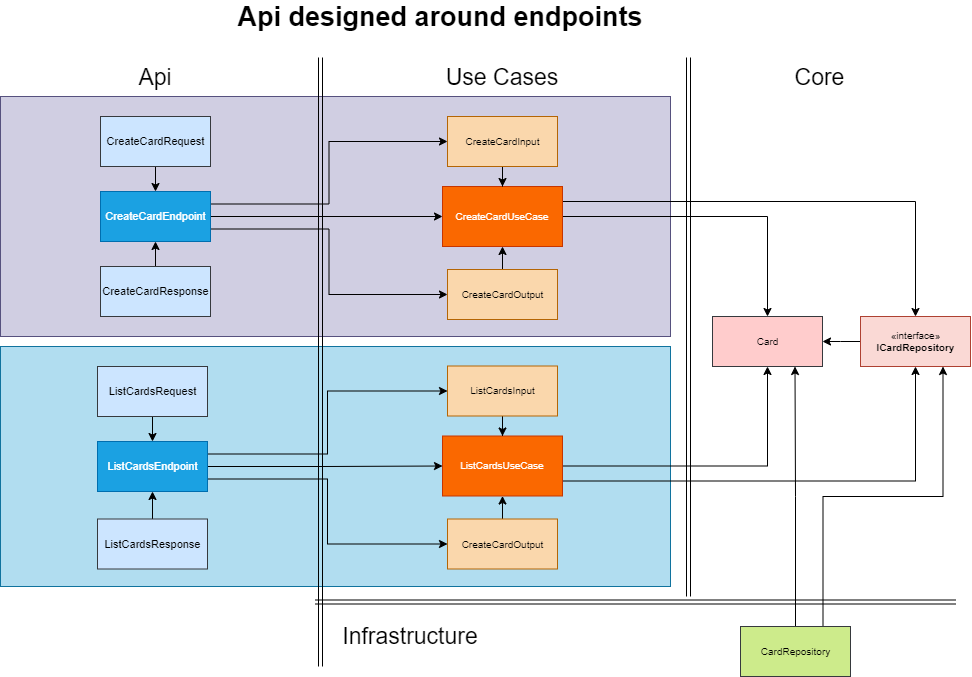
Before: img/end-points-multiples.png, a diagram exported from draw.io (fals/fals.github.io). Source tidied: cells renumbered, new cells last; positions are measured from the earlier drawing's top-left corner, leaving out a move shared by most shapes.
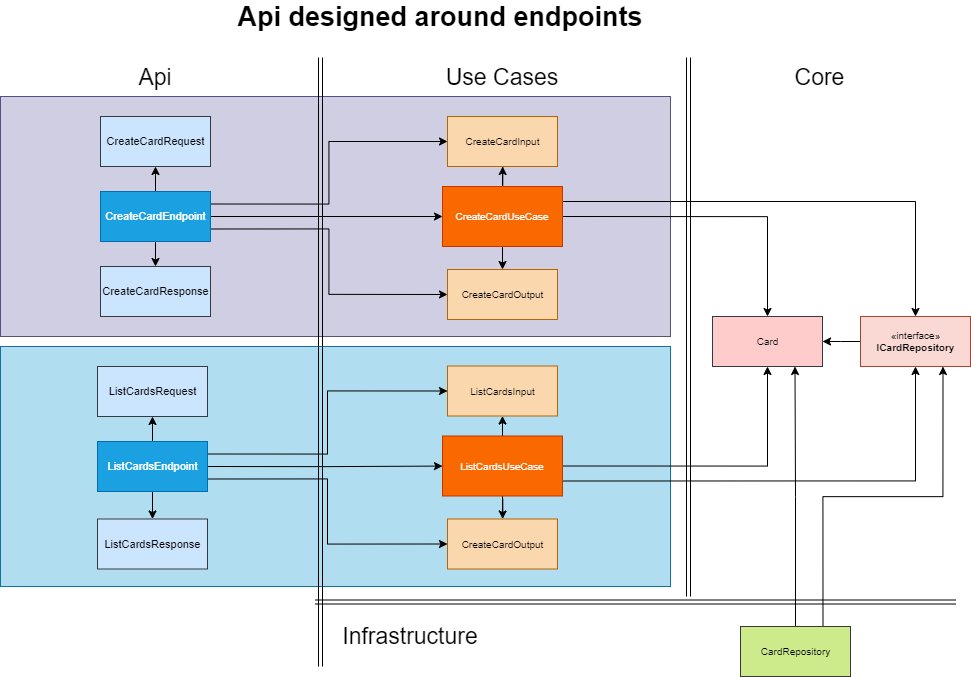
The same diagram one commit later.

The edit, as a diff of the source:
```diff
@@ -8,32 +8,32 @@
     <mxCell id="3" style="rounded=0;whiteSpace=wrap;html=1;fillColor=#d0cee2;strokeColor=#56517e;" parent="1" vertex="1">
       <mxGeometry y="90" width="670" height="240" as="geometry" />
     </mxCell>
-    <mxCell id="4" style="edgeStyle=orthogonalEdgeStyle;rounded=0;jettySize=auto;html=1;exitX=1;exitY=0.5;exitDx=0;exitDy=0;" parent="1" edge="1" source="6" target="9">
+    <mxCell id="4" style="edgeStyle=orthogonalEdgeStyle;rounded=0;jettySize=auto;html=1;exitX=1;exitY=0.5;exitDx=0;exitDy=0;" parent="1" edge="1" source="8" target="11">
       <mxGeometry relative="1" as="geometry" />
     </mxCell>
-    <mxCell id="5" style="edgeStyle=orthogonalEdgeStyle;rounded=0;jettySize=auto;html=1;exitX=1;exitY=0.25;exitDx=0;exitDy=0;entryX=0.5;entryY=0;entryDx=0;entryDy=0;" parent="1" edge="1" source="6" target="8">
+    <mxCell id="5" style="edgeStyle=orthogonalEdgeStyle;rounded=0;jettySize=auto;html=1;exitX=1;exitY=0.25;exitDx=0;exitDy=0;entryX=0.5;entryY=0;entryDx=0;entryDy=0;" parent="1" edge="1" source="8" target="10">
       <mxGeometry relative="1" as="geometry" />
     </mxCell>
-    <mxCell id="6" value="CreateCardUseCase" style="rounded=0;whiteSpace=wrap;html=1;fontSize=10;fillColor=#fa6800;strokeColor=#C73500;fontColor=#ffffff;" parent="1" vertex="1">
-      <mxGeometry x="442" y="180" width="120" height="60" as="geometry" />
+    <mxCell id="6" style="edgeStyle=orthogonalEdgeStyle;rounded=0;jettySize=auto;html=1;exitX=0.5;exitY=0;exitDx=0;exitDy=0;" parent="1" edge="1" source="8" target="12">
+      <mxGeometry relative="1" as="geometry" />
     </mxCell>
-    <mxCell id="7" style="edgeStyle=orthogonalEdgeStyle;rounded=0;jettySize=auto;html=1;exitX=0;exitY=0.5;exitDx=0;exitDy=0;" parent="1" edge="1" source="8" target="9">
+    <mxCell id="7" style="edgeStyle=orthogonalEdgeStyle;rounded=0;jettySize=auto;html=1;exitX=0.5;exitY=1;exitDx=0;exitDy=0;entryX=0.5;entryY=0;entryDx=0;entryDy=0;" parent="1" edge="1" source="8" target="13">
       <mxGeometry relative="1" as="geometry" />
     </mxCell>
-    <mxCell id="8" value="«interface»&lt;br&gt;&lt;span&gt;&lt;b&gt;ICardRepository&lt;/b&gt;&lt;/span&gt;&lt;br&gt;" style="html=1;fontSize=10;fillColor=#fad9d5;strokeColor=#ae4132;" parent="1" vertex="1">
-      <mxGeometry x="860" y="310" width="110" height="50" as="geometry" />
+    <mxCell id="8" value="CreateCardUseCase" style="rounded=0;whiteSpace=wrap;html=1;fontSize=10;fillColor=#fa6800;strokeColor=#C73500;fontColor=#ffffff;" parent="1" vertex="1">
+      <mxGeometry x="442" y="180" width="120" height="60" as="geometry" />
     </mxCell>
-    <mxCell id="9" value="Card" style="html=1;fontSize=10;fillColor=#ffcccc;strokeColor=#36393d;" parent="1" vertex="1">
-      <mxGeometry x="712" y="310" width="110" height="50" as="geometry" />
+    <mxCell id="9" style="edgeStyle=orthogonalEdgeStyle;rounded=0;jettySize=auto;html=1;exitX=0;exitY=0.5;exitDx=0;exitDy=0;" parent="1" edge="1" source="10" target="11">
+      <mxGeometry relative="1" as="geometry" />
     </mxCell>
-    <mxCell id="10" style="edgeStyle=orthogonalEdgeStyle;rounded=0;jettySize=auto;html=1;exitX=0.5;exitY=1;exitDx=0;exitDy=0;" parent="1" edge="1" source="11" target="6">
-      <mxGeometry relative="1" as="geometry" />
+    <mxCell id="10" value="«interface»&lt;br&gt;&lt;span&gt;&lt;b&gt;ICardRepository&lt;/b&gt;&lt;/span&gt;&lt;br&gt;" style="html=1;fontSize=10;fillColor=#fad9d5;strokeColor=#ae4132;" parent="1" vertex="1">
+      <mxGeometry x="860" y="310" width="110" height="50" as="geometry" />
     </mxCell>
-    <mxCell id="11" value="&lt;span&gt;CreateCardInput&lt;/span&gt;" style="html=1;fontSize=10;fillColor=#fad7ac;strokeColor=#b46504;" parent="1" vertex="1">
-      <mxGeometry x="447" y="110" width="110" height="50" as="geometry" />
+    <mxCell id="11" value="Card" style="html=1;fontSize=10;fillColor=#ffcccc;strokeColor=#36393d;" parent="1" vertex="1">
+      <mxGeometry x="712" y="310" width="110" height="50" as="geometry" />
     </mxCell>
-    <mxCell id="12" style="edgeStyle=orthogonalEdgeStyle;rounded=0;jettySize=auto;html=1;exitX=0.5;exitY=0;exitDx=0;exitDy=0;entryX=0.5;entryY=1;entryDx=0;entryDy=0;" parent="1" edge="1" source="13" target="6">
-      <mxGeometry relative="1" as="geometry" />
+    <mxCell id="12" value="&lt;span&gt;CreateCardInput&lt;/span&gt;" style="html=1;fontSize=10;fillColor=#fad7ac;strokeColor=#b46504;" parent="1" vertex="1">
+      <mxGeometry x="447" y="110" width="110" height="50" as="geometry" />
     </mxCell>
     <mxCell id="13" value="&lt;span&gt;CreateCardOutput&lt;/span&gt;" style="html=1;fontSize=10;fillColor=#fad7ac;strokeColor=#b46504;" parent="1" vertex="1">
       <mxGeometry x="447" y="263" width="110" height="50" as="geometry" />
@@ -44,10 +44,10 @@
         <mxPoint x="955" y="595.5" as="targetPoint" />
       </mxGeometry>
     </mxCell>
-    <mxCell id="15" style="edgeStyle=orthogonalEdgeStyle;rounded=0;jettySize=auto;html=1;exitX=0.5;exitY=0;exitDx=0;exitDy=0;entryX=0.75;entryY=1;entryDx=0;entryDy=0;" parent="1" edge="1" source="17" target="9">
+    <mxCell id="15" style="edgeStyle=orthogonalEdgeStyle;rounded=0;jettySize=auto;html=1;exitX=0.5;exitY=0;exitDx=0;exitDy=0;entryX=0.75;entryY=1;entryDx=0;entryDy=0;" parent="1" edge="1" source="17" target="11">
       <mxGeometry relative="1" as="geometry" />
     </mxCell>
-    <mxCell id="16" style="edgeStyle=orthogonalEdgeStyle;rounded=0;jettySize=auto;html=1;exitX=0.75;exitY=0;exitDx=0;exitDy=0;entryX=0.75;entryY=1;entryDx=0;entryDy=0;" parent="1" edge="1" source="17" target="8">
+    <mxCell id="16" style="edgeStyle=orthogonalEdgeStyle;rounded=0;jettySize=auto;html=1;exitX=0.75;exitY=0;exitDx=0;exitDy=0;entryX=0.75;entryY=1;entryDx=0;entryDy=0;" parent="1" edge="1" source="17" target="10">
       <mxGeometry relative="1" as="geometry" />
     </mxCell>
     <mxCell id="17" value="CardRepository" style="html=1;fontSize=10;fillColor=#cdeb8b;strokeColor=#36393d;" parent="1" vertex="1">
@@ -77,26 +77,26 @@
     <mxCell id="23" value="Core" style="text;html=1;strokeColor=none;fillColor=none;align=center;verticalAlign=middle;whiteSpace=wrap;rounded=0;fontSize=23;" parent="1" vertex="1">
       <mxGeometry x="769" y="61" width="101" height="20" as="geometry" />
     </mxCell>
-    <mxCell id="24" style="edgeStyle=orthogonalEdgeStyle;rounded=0;jettySize=auto;html=1;exitX=1;exitY=0.5;exitDx=0;exitDy=0;" parent="1" edge="1" source="27" target="6">
+    <mxCell id="24" style="edgeStyle=orthogonalEdgeStyle;rounded=0;jettySize=auto;html=1;exitX=1;exitY=0.5;exitDx=0;exitDy=0;" parent="1" edge="1" source="29" target="8">
       <mxGeometry relative="1" as="geometry" />
     </mxCell>
-    <mxCell id="25" style="edgeStyle=orthogonalEdgeStyle;rounded=0;jettySize=auto;html=1;exitX=1;exitY=0.25;exitDx=0;exitDy=0;entryX=0;entryY=0.5;entryDx=0;entryDy=0;" parent="1" edge="1" source="27" target="11">
+    <mxCell id="25" style="edgeStyle=orthogonalEdgeStyle;rounded=0;jettySize=auto;html=1;exitX=1;exitY=0.25;exitDx=0;exitDy=0;entryX=0;entryY=0.5;entryDx=0;entryDy=0;" parent="1" edge="1" source="29" target="12">
       <mxGeometry relative="1" as="geometry" />
     </mxCell>
-    <mxCell id="26" style="edgeStyle=orthogonalEdgeStyle;rounded=0;jettySize=auto;html=1;exitX=1;exitY=0.75;exitDx=0;exitDy=0;entryX=0;entryY=0.5;entryDx=0;entryDy=0;" parent="1" edge="1" source="27" target="13">
+    <mxCell id="26" style="edgeStyle=orthogonalEdgeStyle;rounded=0;jettySize=auto;html=1;exitX=1;exitY=0.75;exitDx=0;exitDy=0;entryX=0;entryY=0.5;entryDx=0;entryDy=0;" parent="1" edge="1" source="29" target="13">
       <mxGeometry relative="1" as="geometry" />
     </mxCell>
-    <mxCell id="27" value="CreateCardEndpoint" style="html=1;fontSize=11;fillColor=#1ba1e2;strokeColor=#006EAF;fontColor=#ffffff;" parent="1" vertex="1">
-      <mxGeometry x="100" y="185" width="110" height="50" as="geometry" />
+    <mxCell id="27" style="edgeStyle=orthogonalEdgeStyle;rounded=0;jettySize=auto;html=1;exitX=0.5;exitY=0;exitDx=0;exitDy=0;entryX=0.5;entryY=1;entryDx=0;entryDy=0;" parent="1" edge="1" source="29" target="31">
+      <mxGeometry relative="1" as="geometry" />
     </mxCell>
-    <mxCell id="28" style="edgeStyle=orthogonalEdgeStyle;rounded=0;jettySize=auto;html=1;exitX=0.5;exitY=0;exitDx=0;exitDy=0;" parent="1" edge="1" source="29" target="27">
+    <mxCell id="28" style="edgeStyle=orthogonalEdgeStyle;rounded=0;jettySize=auto;html=1;exitX=0.5;exitY=1;exitDx=0;exitDy=0;entryX=0.5;entryY=0;entryDx=0;entryDy=0;" parent="1" edge="1" source="29" target="30">
       <mxGeometry relative="1" as="geometry" />
     </mxCell>
-    <mxCell id="29" value="CreateCardResponse" style="html=1;fontSize=11;fillColor=#cce5ff;strokeColor=#36393d;" parent="1" vertex="1">
-      <mxGeometry x="100" y="260" width="110" height="50" as="geometry" />
+    <mxCell id="29" value="CreateCardEndpoint" style="html=1;fontSize=11;fillColor=#1ba1e2;strokeColor=#006EAF;fontColor=#ffffff;" parent="1" vertex="1">
+      <mxGeometry x="100" y="185" width="110" height="50" as="geometry" />
     </mxCell>
-    <mxCell id="30" style="edgeStyle=orthogonalEdgeStyle;rounded=0;jettySize=auto;html=1;exitX=0.5;exitY=1;exitDx=0;exitDy=0;entryX=0.5;entryY=0;entryDx=0;entryDy=0;" parent="1" edge="1" source="31" target="27">
-      <mxGeometry relative="1" as="geometry" />
+    <mxCell id="30" value="CreateCardResponse" style="html=1;fontSize=11;fillColor=#cce5ff;strokeColor=#36393d;" parent="1" vertex="1">
+      <mxGeometry x="100" y="260" width="110" height="50" as="geometry" />
     </mxCell>
     <mxCell id="31" value="CreateCardRequest" style="html=1;fontSize=11;fillColor=#cce5ff;strokeColor=#36393d;" parent="1" vertex="1">
       <mxGeometry x="100" y="110" width="110" height="50" as="geometry" />
@@ -104,46 +104,46 @@
     <mxCell id="32" value="Use Cases" style="text;html=1;strokeColor=none;fillColor=none;align=center;verticalAlign=middle;whiteSpace=wrap;rounded=0;fontSize=23;" parent="1" vertex="1">
       <mxGeometry x="397" y="61" width="210" height="20" as="geometry" />
     </mxCell>
-    <mxCell id="33" style="edgeStyle=orthogonalEdgeStyle;rounded=0;jettySize=auto;html=1;exitX=1;exitY=0.5;exitDx=0;exitDy=0;entryX=0.5;entryY=1;entryDx=0;entryDy=0;" parent="1" edge="1" source="35" target="9">
+    <mxCell id="33" style="edgeStyle=orthogonalEdgeStyle;rounded=0;jettySize=auto;html=1;exitX=1;exitY=0.5;exitDx=0;exitDy=0;entryX=0.5;entryY=1;entryDx=0;entryDy=0;" parent="1" edge="1" source="37" target="11">
       <mxGeometry relative="1" as="geometry" />
     </mxCell>
-    <mxCell id="34" style="edgeStyle=orthogonalEdgeStyle;rounded=0;jettySize=auto;html=1;exitX=1;exitY=0.75;exitDx=0;exitDy=0;entryX=0.5;entryY=1;entryDx=0;entryDy=0;" parent="1" edge="1" source="35" target="8">
+    <mxCell id="34" style="edgeStyle=orthogonalEdgeStyle;rounded=0;jettySize=auto;html=1;exitX=1;exitY=0.75;exitDx=0;exitDy=0;entryX=0.5;entryY=1;entryDx=0;entryDy=0;" parent="1" edge="1" source="37" target="10">
       <mxGeometry relative="1" as="geometry" />
     </mxCell>
-    <mxCell id="35" value="ListCardsUseCase" style="rounded=0;whiteSpace=wrap;html=1;fontSize=10;fillColor=#fa6800;strokeColor=#C73500;fontColor=#ffffff;" parent="1" vertex="1">
-      <mxGeometry x="442" y="429.5" width="120" height="60" as="geometry" />
+    <mxCell id="35" style="edgeStyle=orthogonalEdgeStyle;rounded=0;jettySize=auto;html=1;exitX=0.5;exitY=0;exitDx=0;exitDy=0;entryX=0.5;entryY=1;entryDx=0;entryDy=0;" parent="1" edge="1" source="37" target="38">
+      <mxGeometry relative="1" as="geometry" />
     </mxCell>
-    <mxCell id="36" style="edgeStyle=orthogonalEdgeStyle;rounded=0;jettySize=auto;html=1;exitX=0.5;exitY=1;exitDx=0;exitDy=0;" parent="1" edge="1" source="37" target="35">
+    <mxCell id="36" style="edgeStyle=orthogonalEdgeStyle;rounded=0;jettySize=auto;html=1;exitX=0.5;exitY=1;exitDx=0;exitDy=0;" parent="1" edge="1" source="37" target="39">
       <mxGeometry relative="1" as="geometry" />
     </mxCell>
-    <mxCell id="37" value="&lt;span&gt;ListCardsInput&lt;/span&gt;" style="html=1;fontSize=10;fillColor=#fad7ac;strokeColor=#b46504;" parent="1" vertex="1">
-      <mxGeometry x="447" y="359.5" width="110" height="50" as="geometry" />
+    <mxCell id="37" value="ListCardsUseCase" style="rounded=0;whiteSpace=wrap;html=1;fontSize=10;fillColor=#fa6800;strokeColor=#C73500;fontColor=#ffffff;" parent="1" vertex="1">
+      <mxGeometry x="442" y="429.5" width="120" height="60" as="geometry" />
     </mxCell>
-    <mxCell id="38" style="edgeStyle=orthogonalEdgeStyle;rounded=0;jettySize=auto;html=1;exitX=0.5;exitY=0;exitDx=0;exitDy=0;entryX=0.5;entryY=1;entryDx=0;entryDy=0;" parent="1" edge="1" source="39" target="35">
-      <mxGeometry relative="1" as="geometry" />
+    <mxCell id="38" value="&lt;span&gt;ListCardsInput&lt;/span&gt;" style="html=1;fontSize=10;fillColor=#fad7ac;strokeColor=#b46504;" parent="1" vertex="1">
+      <mxGeometry x="447" y="359.5" width="110" height="50" as="geometry" />
     </mxCell>
     <mxCell id="39" value="&lt;span&gt;CreateCardOutput&lt;/span&gt;" style="html=1;fontSize=10;fillColor=#fad7ac;strokeColor=#b46504;" parent="1" vertex="1">
       <mxGeometry x="447" y="512.5" width="110" height="50" as="geometry" />
     </mxCell>
-    <mxCell id="40" style="edgeStyle=orthogonalEdgeStyle;rounded=0;jettySize=auto;html=1;exitX=0.5;exitY=1;exitDx=0;exitDy=0;entryX=0.5;entryY=0;entryDx=0;entryDy=0;" parent="1" edge="1" source="41" target="47">
-      <mxGeometry relative="1" as="geometry" />
+    <mxCell id="40" value="ListCardsRequest" style="html=1;fontSize=11;fillColor=#cce5ff;strokeColor=#36393d;" parent="1" vertex="1">
+      <mxGeometry x="97" y="360" width="110" height="50" as="geometry" />
     </mxCell>
-    <mxCell id="41" value="ListCardsRequest" style="html=1;fontSize=11;fillColor=#cce5ff;strokeColor=#36393d;" parent="1" vertex="1">
-      <mxGeometry x="97" y="360" width="110" height="50" as="geometry" />
+    <mxCell id="41" value="ListCardsResponse" style="html=1;fontSize=11;fillColor=#cce5ff;strokeColor=#36393d;" parent="1" vertex="1">
+      <mxGeometry x="97" y="512.5" width="110" height="50" as="geometry" />
     </mxCell>
-    <mxCell id="42" style="edgeStyle=orthogonalEdgeStyle;rounded=0;jettySize=auto;html=1;exitX=0.5;exitY=0;exitDx=0;exitDy=0;entryX=0.5;entryY=1;entryDx=0;entryDy=0;" parent="1" edge="1" source="43" target="47">
+    <mxCell id="42" style="edgeStyle=orthogonalEdgeStyle;rounded=0;jettySize=auto;html=1;exitX=1;exitY=0.5;exitDx=0;exitDy=0;" parent="1" edge="1" source="47" target="37">
       <mxGeometry relative="1" as="geometry" />
     </mxCell>
-    <mxCell id="43" value="ListCardsResponse" style="html=1;fontSize=11;fillColor=#cce5ff;strokeColor=#36393d;" parent="1" vertex="1">
-      <mxGeometry x="97" y="512.5" width="110" height="50" as="geometry" />
+    <mxCell id="43" style="edgeStyle=orthogonalEdgeStyle;rounded=0;jettySize=auto;html=1;exitX=1;exitY=0.25;exitDx=0;exitDy=0;entryX=0;entryY=0.5;entryDx=0;entryDy=0;" parent="1" edge="1" source="47" target="38">
+      <mxGeometry relative="1" as="geometry" />
     </mxCell>
-    <mxCell id="44" style="edgeStyle=orthogonalEdgeStyle;rounded=0;jettySize=auto;html=1;exitX=1;exitY=0.5;exitDx=0;exitDy=0;" parent="1" edge="1" source="47" target="35">
+    <mxCell id="44" style="edgeStyle=orthogonalEdgeStyle;rounded=0;jettySize=auto;html=1;exitX=1;exitY=0.75;exitDx=0;exitDy=0;entryX=0;entryY=0.5;entryDx=0;entryDy=0;" parent="1" edge="1" source="47" target="39">
       <mxGeometry relative="1" as="geometry" />
     </mxCell>
-    <mxCell id="45" style="edgeStyle=orthogonalEdgeStyle;rounded=0;jettySize=auto;html=1;exitX=1;exitY=0.25;exitDx=0;exitDy=0;entryX=0;entryY=0.5;entryDx=0;entryDy=0;" parent="1" edge="1" source="47" target="37">
+    <mxCell id="45" style="edgeStyle=orthogonalEdgeStyle;rounded=0;jettySize=auto;html=1;exitX=0.5;exitY=0;exitDx=0;exitDy=0;entryX=0.5;entryY=1;entryDx=0;entryDy=0;" parent="1" edge="1" source="47" target="40">
       <mxGeometry relative="1" as="geometry" />
     </mxCell>
-    <mxCell id="46" style="edgeStyle=orthogonalEdgeStyle;rounded=0;jettySize=auto;html=1;exitX=1;exitY=0.75;exitDx=0;exitDy=0;entryX=0;entryY=0.5;entryDx=0;entryDy=0;" parent="1" edge="1" source="47" target="39">
+    <mxCell id="46" style="edgeStyle=orthogonalEdgeStyle;rounded=0;jettySize=auto;html=1;exitX=0.5;exitY=1;exitDx=0;exitDy=0;entryX=0.5;entryY=0;entryDx=0;entryDy=0;" parent="1" edge="1" source="47" target="41">
       <mxGeometry relative="1" as="geometry" />
     </mxCell>
     <mxCell id="47" value="ListCardsEndpoint" style="html=1;fontSize=11;fillColor=#1ba1e2;strokeColor=#006EAF;fontColor=#ffffff;" parent="1" vertex="1">
```
